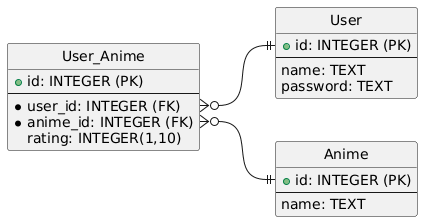
IldenH/projects keeps this PlantUML diagram as it1/2026-vår-prosjekt/docs/db.png. Above is the earlier version. Source of this version:
```plantuml
@startuml
left to right direction
hide circle

entity User {
+id: INTEGER (PK)
---
name: TEXT
password: TEXT
}

entity User_Anime {
+id: INTEGER (PK)
---
*user_id: INTEGER (FK)
*anime_id: INTEGER (FK)
rating: INTEGER(1,10)
}


entity Anime {
+id: INTEGER (PK)
---
name: TEXT
}

User_Anime::user_id }o--|| User::id
User_Anime::anime_id }o--|| Anime::id

@enduml
```
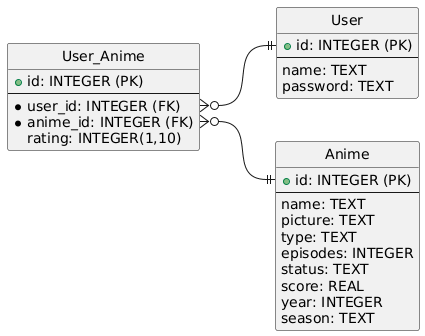
Above is the later version.

The edit, as a diff of the source:
```diff
@@ -22,6 +22,13 @@
 +id: INTEGER (PK)
 ---
 name: TEXT
+picture: TEXT
+type: TEXT
+episodes: INTEGER
+status: TEXT
+score: REAL
+year: INTEGER
+season: TEXT
 }
 
 User_Anime::user_id }o--|| User::id
```
